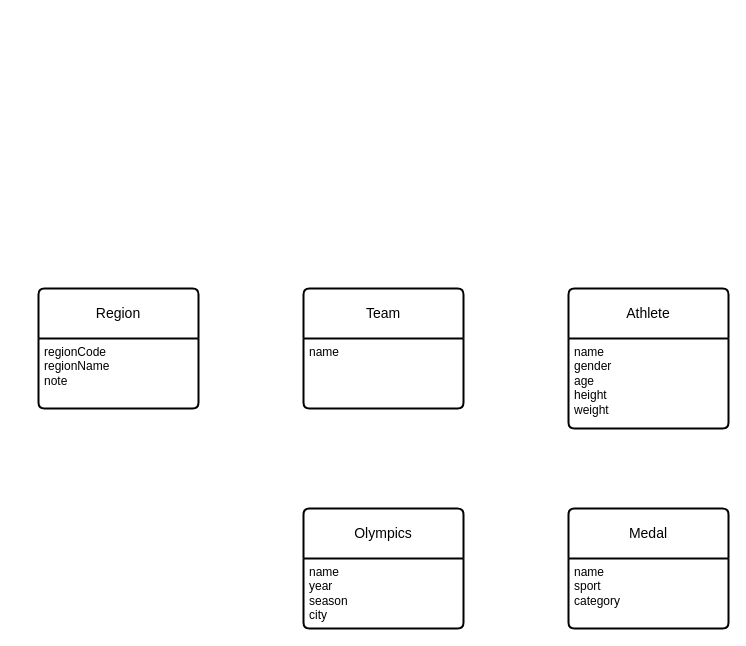
The draw.io diagram olympics_entity_relation_diagram.drawio in maciej-polcyn/ms-sql-olympics-database-project, before the edit. Source tidied: cells renumbered, new cells numbered last; positions are measured from the earlier drawing's top-left corner, leaving out a move shared by most shapes. Both pictures are drawn from the tidied source at 100%, with x=0, y=0 at pixel (38, 288).
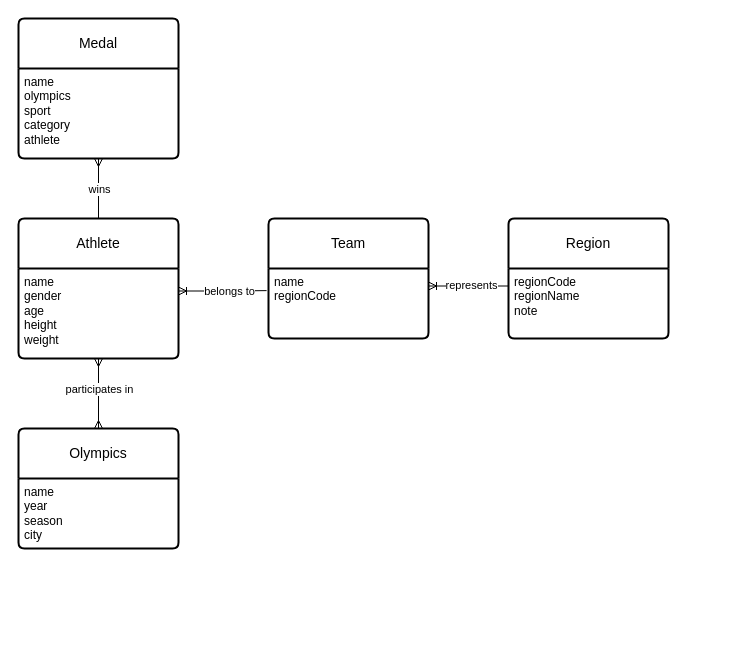
The same diagram, later.

Unchanged cells that the change refers to:
```xml
<mxCell id="3" value="name&lt;br&gt;gender&lt;br&gt;age&lt;br&gt;height&lt;br&gt;weight" style="align=left;strokeColor=none;fillColor=none;spacingLeft=4;fontSize=12;verticalAlign=top;html=1;" parent="2" vertex="1">
  <mxGeometry y="50" width="160" height="90" as="geometry" />
</mxCell>
<mxCell id="5" value="regionCode&lt;br&gt;regionName&lt;br&gt;note" style="align=left;strokeColor=none;fillColor=none;spacingLeft=4;fontSize=12;verticalAlign=top;html=1;" parent="4" vertex="1">
  <mxGeometry y="50" width="160" height="70" as="geometry" />
</mxCell>
```

Diff of the diagram source:
```diff
@@
     <mxCell id="2" value="Athlete" style="swimlane;horizontal=1;startSize=50;rounded=1;fontSize=14;fontStyle=0;strokeWidth=2;shadow=0;dashed=0;align=center;arcSize=4;whiteSpace=wrap;html=1;" parent="1" vertex="1">
-      <mxGeometry x="530" width="160" height="140" as="geometry" />
+      <mxGeometry x="-20" y="-70" width="160" height="140" as="geometry" />
     </mxCell>
@@
     <mxCell id="4" value="Region" style="swimlane;horizontal=1;startSize=50;rounded=1;fontSize=14;fontStyle=0;strokeWidth=2;shadow=0;dashed=0;align=center;arcSize=4;whiteSpace=wrap;html=1;" parent="1" vertex="1">
-      <mxGeometry width="160" height="120" as="geometry" />
+      <mxGeometry x="470" y="-70" width="160" height="120" as="geometry" />
     </mxCell>
@@
     <mxCell id="6" value="Team" style="swimlane;horizontal=1;startSize=50;rounded=1;fontSize=14;fontStyle=0;strokeWidth=2;shadow=0;dashed=0;align=center;arcSize=4;whiteSpace=wrap;html=1;" parent="1" vertex="1">
-      <mxGeometry x="265" width="160" height="120" as="geometry" />
+      <mxGeometry x="230" y="-70" width="160" height="120" as="geometry" />
     </mxCell>
-    <mxCell id="7" value="name&lt;br&gt;" style="align=left;strokeColor=none;fillColor=none;spacingLeft=4;fontSize=12;verticalAlign=top;html=1;" parent="6" vertex="1">
+    <mxCell id="7" value="name&lt;br&gt;regionCode" style="align=left;strokeColor=none;fillColor=none;spacingLeft=4;fontSize=12;verticalAlign=top;html=1;" parent="6" vertex="1">
       <mxGeometry y="50" width="160" height="70" as="geometry" />
     </mxCell>
     <mxCell id="8" value="Medal" style="swimlane;horizontal=1;startSize=50;rounded=1;fontSize=14;fontStyle=0;strokeWidth=2;shadow=0;dashed=0;align=center;arcSize=4;whiteSpace=wrap;html=1;" parent="1" vertex="1">
-      <mxGeometry x="530" y="220" width="160" height="120" as="geometry" />
+      <mxGeometry x="-20" y="-270" width="160" height="140" as="geometry" />
     </mxCell>
-    <mxCell id="9" value="name&lt;br&gt;sport&lt;br&gt;category" style="align=left;strokeColor=none;fillColor=none;spacingLeft=4;fontSize=12;verticalAlign=top;html=1;" parent="8" vertex="1">
-      <mxGeometry y="50" width="160" height="70" as="geometry" />
+    <mxCell id="9" value="name&lt;br&gt;olympics&lt;br&gt;sport&lt;br&gt;category&lt;br&gt;athlete" style="align=left;strokeColor=none;fillColor=none;spacingLeft=4;fontSize=12;verticalAlign=top;html=1;" parent="8" vertex="1">
+      <mxGeometry y="50" width="160" height="90" as="geometry" />
     </mxCell>
     <mxCell id="10" value="Olympics" style="swimlane;horizontal=1;startSize=50;rounded=1;fontSize=14;fontStyle=0;strokeWidth=2;shadow=0;dashed=0;align=center;arcSize=4;whiteSpace=wrap;html=1;" parent="1" vertex="1">
-      <mxGeometry x="265" y="220" width="160" height="120" as="geometry" />
+      <mxGeometry x="-20" y="140" width="160" height="120" as="geometry" />
     </mxCell>
@@
+    <mxCell id="12" style="edgeStyle=orthogonalEdgeStyle;rounded=0;jettySize=auto;html=1;exitX=1;exitY=0.25;exitDx=0;exitDy=0;entryX=-0.012;entryY=0.316;entryDx=0;entryDy=0;entryPerimeter=0;endArrow=none;endFill=0;startArrow=ERoneToMany;startFill=0;" parent="1" edge="1" source="3" target="7">
+      <mxGeometry relative="1" as="geometry" />
+    </mxCell>
+    <mxCell id="13" value="belongs to" style="edgeLabel;html=1;align=center;verticalAlign=middle;" parent="12" vertex="1">
+      <mxGeometry x="-0.39" relative="1" as="geometry">
+        <mxPoint x="23" as="offset" />
+      </mxGeometry>
+    </mxCell>
+    <mxCell id="14" style="edgeStyle=entityRelationEdgeStyle;fontSize=12;html=1;endArrow=ERoneToMany;rounded=0;exitX=0;exitY=0.25;exitDx=0;exitDy=0;entryX=1;entryY=0.25;entryDx=0;entryDy=0;" parent="1" edge="1" source="5" target="7">
+      <mxGeometry relative="1" as="geometry" />
+    </mxCell>
+    <mxCell id="15" value="represents" style="edgeLabel;html=1;align=center;verticalAlign=middle;" parent="14" vertex="1">
+      <mxGeometry x="-0.04" y="-1" relative="1" as="geometry" />
+    </mxCell>
+    <mxCell id="16" style="fontSize=12;html=1;endArrow=ERmany;startArrow=ERmany;rounded=0;exitX=0.5;exitY=1;exitDx=0;exitDy=0;entryX=0.5;entryY=0;entryDx=0;entryDy=0;" parent="1" edge="1" source="3" target="10">
+      <mxGeometry relative="1" as="geometry" />
+    </mxCell>
+    <mxCell id="17" value="participates in" style="edgeLabel;html=1;align=center;verticalAlign=middle;" parent="16" vertex="1">
+      <mxGeometry x="-0.38" relative="1" as="geometry">
+        <mxPoint y="8" as="offset" />
+      </mxGeometry>
+    </mxCell>
+    <mxCell id="18" style="fontSize=12;html=1;endArrow=ERmany;startArrow=none;rounded=0;exitX=0.5;exitY=0;exitDx=0;exitDy=0;entryX=0.5;entryY=1;entryDx=0;entryDy=0;startFill=0;" parent="1" edge="1" source="2" target="9">
+      <mxGeometry relative="1" as="geometry" />
+    </mxCell>
+    <mxCell id="19" value="wins" style="edgeLabel;html=1;align=center;verticalAlign=middle;" parent="18" vertex="1">
+      <mxGeometry x="0.2" y="2" relative="1" as="geometry">
+        <mxPoint x="2" y="6" as="offset" />
+      </mxGeometry>
+    </mxCell>
```
